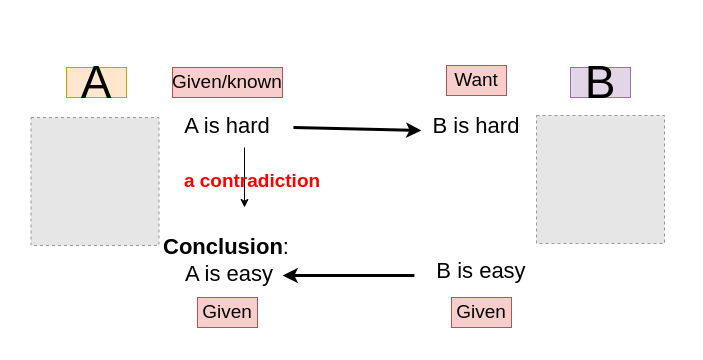
This is complexity-theory-hard.drawio from huyle84/diagrams, a draw.io file, before an edit. Source tidied: cells renumbered, new cells numbered last; positions are measured from the earlier drawing's top-left corner, leaving out a move shared by most shapes. Both pictures are drawn from the tidied source at 100%, with x=0, y=0 at pixel (30, 65). Pictures stored in the file or linked from it are replaced by grey dashed boxes.
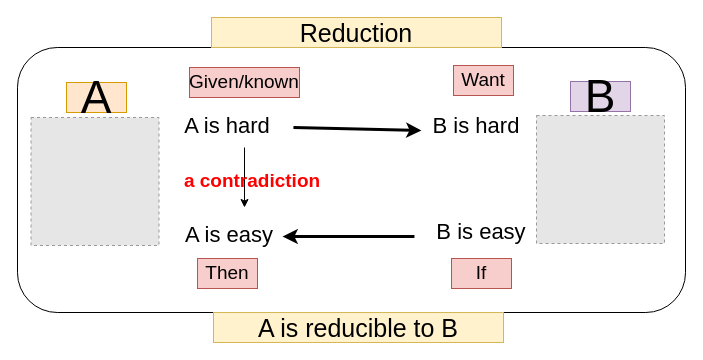
The same diagram, later.

The edit, as a diff of the source:
```diff
@@
+    <mxCell id="18" style="rounded=1;whiteSpace=wrap;html=1;" parent="1" vertex="1">
+      <mxGeometry x="-13" y="-18" width="668" height="265" as="geometry" />
+    </mxCell>
     <mxCell id="2" value="&lt;font style=&quot;font-size: 46px;&quot;&gt;A&lt;/font&gt;" style="text;html=1;strokeColor=#d79b00;fillColor=#ffe6cc;align=center;verticalAlign=middle;whiteSpace=wrap;rounded=0;" parent="1" vertex="1">
-      <mxGeometry x="36" y="2" width="60" height="30" as="geometry" />
+      <mxGeometry x="36" y="17" width="60" height="30" as="geometry" />
     </mxCell>
@@
     <mxCell id="5" value="&lt;font style=&quot;font-size: 46px;&quot;&gt;B&lt;/font&gt;" style="text;html=1;strokeColor=#9673a6;fillColor=#e1d5e7;align=center;verticalAlign=middle;whiteSpace=wrap;rounded=0;" parent="1" vertex="1">
-      <mxGeometry x="540" y="2" width="60" height="30" as="geometry" />
+      <mxGeometry x="540" y="16" width="60" height="30" as="geometry" />
     </mxCell>
@@
     <mxCell id="7" style="endArrow=classic;html=1;rounded=0;strokeWidth=3;exitX=0.081;exitY=0.633;exitDx=0;exitDy=0;exitPerimeter=0;" parent="1" edge="1" source="10">
       <mxGeometry relative="1" as="geometry">
-        <mxPoint x="252" y="210" as="targetPoint" />
+        <mxPoint x="252" y="171" as="targetPoint" />
       </mxGeometry>
     </mxCell>
@@
     <mxCell id="10" value="&lt;font style=&quot;font-size: 22px;&quot;&gt;B is easy&lt;/font&gt;" style="text;html=1;strokeColor=none;fillColor=none;align=center;verticalAlign=middle;whiteSpace=wrap;rounded=0;" parent="1" vertex="1">
-      <mxGeometry x="371" y="191" width="160" height="30" as="geometry" />
+      <mxGeometry x="371" y="152" width="160" height="30" as="geometry" />
     </mxCell>
-    <mxCell id="11" value="&lt;font style=&quot;font-size: 22px;&quot;&gt;&lt;b&gt;Conclusion&lt;/b&gt;:&lt;br&gt;&amp;nbsp;A is easy&lt;/font&gt;" style="text;html=1;strokeColor=none;fillColor=none;align=center;verticalAlign=middle;whiteSpace=wrap;rounded=0;" parent="1" vertex="1">
-      <mxGeometry x="116" y="180" width="160" height="30" as="geometry" />
+    <mxCell id="11" value="&lt;font style=&quot;font-size: 22px;&quot;&gt;&lt;br&gt;&amp;nbsp;A is easy&lt;/font&gt;" style="text;html=1;strokeColor=none;fillColor=none;align=center;verticalAlign=middle;whiteSpace=wrap;rounded=0;" parent="1" vertex="1">
+      <mxGeometry x="116" y="141" width="160" height="30" as="geometry" />
     </mxCell>
     <mxCell id="12" value="&lt;font style=&quot;font-size: 19px;&quot;&gt;Given/known&lt;/font&gt;" style="text;html=1;strokeColor=#b85450;fillColor=#f8cecc;align=center;verticalAlign=middle;whiteSpace=wrap;rounded=0;" parent="1" vertex="1">
-      <mxGeometry x="142" y="2" width="110" height="30" as="geometry" />
+      <mxGeometry x="159" y="2" width="110" height="30" as="geometry" />
     </mxCell>
     <mxCell id="13" value="&lt;font style=&quot;font-size: 19px;&quot;&gt;Want&lt;/font&gt;" style="text;html=1;strokeColor=#b85450;fillColor=#f8cecc;align=center;verticalAlign=middle;whiteSpace=wrap;rounded=0;" parent="1" vertex="1">
-      <mxGeometry x="416" width="60" height="30" as="geometry" />
+      <mxGeometry x="423" width="60" height="30" as="geometry" />
     </mxCell>
-    <mxCell id="14" value="&lt;font style=&quot;font-size: 19px;&quot;&gt;Given&lt;/font&gt;" style="text;html=1;strokeColor=#b85450;fillColor=#f8cecc;align=center;verticalAlign=middle;whiteSpace=wrap;rounded=0;" parent="1" vertex="1">
-      <mxGeometry x="167" y="232" width="60" height="30" as="geometry" />
+    <mxCell id="14" value="&lt;font style=&quot;font-size: 19px;&quot;&gt;Then&lt;/font&gt;" style="text;html=1;strokeColor=#b85450;fillColor=#f8cecc;align=center;verticalAlign=middle;whiteSpace=wrap;rounded=0;" parent="1" vertex="1">
+      <mxGeometry x="167" y="193" width="60" height="30" as="geometry" />
     </mxCell>
-    <mxCell id="15" value="&lt;font style=&quot;font-size: 19px;&quot;&gt;Given&lt;/font&gt;" style="text;html=1;strokeColor=#b85450;fillColor=#f8cecc;align=center;verticalAlign=middle;whiteSpace=wrap;rounded=0;" parent="1" vertex="1">
-      <mxGeometry x="421" y="232" width="60" height="30" as="geometry" />
+    <mxCell id="15" value="&lt;font style=&quot;font-size: 19px;&quot;&gt;If&lt;/font&gt;" style="text;html=1;strokeColor=#b85450;fillColor=#f8cecc;align=center;verticalAlign=middle;whiteSpace=wrap;rounded=0;" parent="1" vertex="1">
+      <mxGeometry x="421" y="193" width="60" height="30" as="geometry" />
     </mxCell>
@@
+    <mxCell id="19" value="&lt;font style=&quot;font-size: 25px;&quot;&gt;A is reducible to B&lt;/font&gt;" style="text;html=1;strokeColor=#d6b656;fillColor=#fff2cc;align=center;verticalAlign=middle;whiteSpace=wrap;rounded=0;" parent="1" vertex="1">
+      <mxGeometry x="183" y="247" width="290" height="30" as="geometry" />
+    </mxCell>
+    <mxCell id="20" value="&lt;font style=&quot;font-size: 25px;&quot;&gt;Reduction&lt;/font&gt;" style="text;html=1;strokeColor=#d6b656;fillColor=#fff2cc;align=center;verticalAlign=middle;whiteSpace=wrap;rounded=0;" parent="1" vertex="1">
+      <mxGeometry x="181" y="-48" width="290" height="30" as="geometry" />
+    </mxCell>
```
